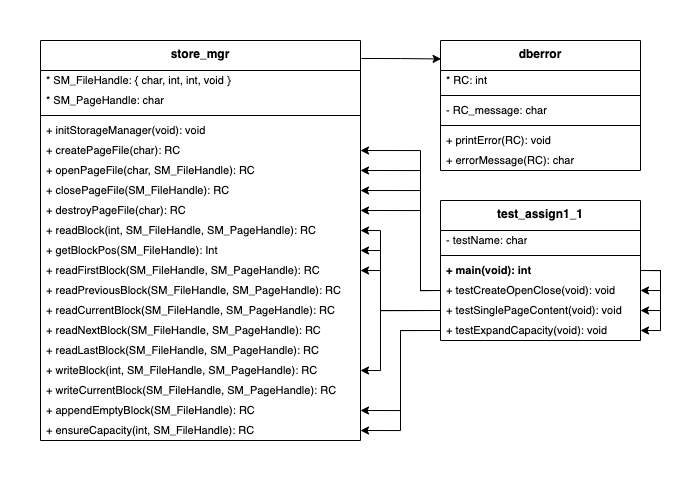
This is assign1/hierarchy.png from hanggrian/IIT-CS525, a draw.io export, as it was before one commit. Source tidied: cells renumbered, new cells last; positions are measured from the earlier drawing's top-left corner, leaving out a move shared by most shapes.
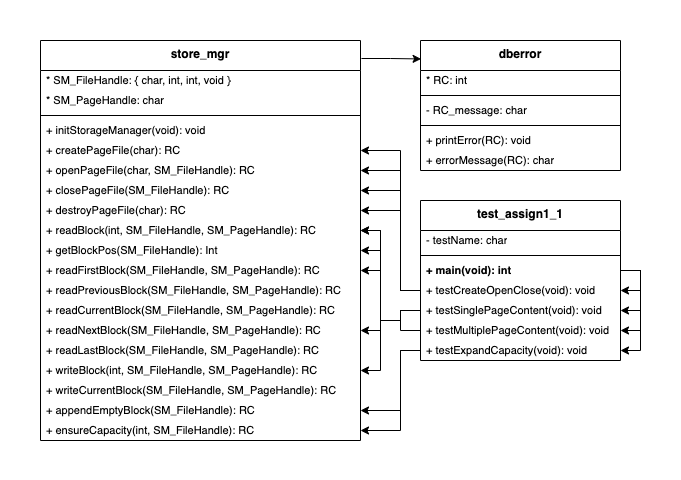
Later version of the same file.

Change to the diagram source:
```diff
@@ -3,7 +3,7 @@
     <mxCell id="0" />
     <mxCell id="1" parent="0" />
     <mxCell id="2" value="store_mgr" style="swimlane;fontStyle=1;align=center;verticalAlign=top;horizontal=1;startSize=30;whiteSpace=wrap;html=1;" parent="1" vertex="1">
-      <mxGeometry width="320" height="400" as="geometry" />
+      <mxGeometry x="20" width="320" height="400" as="geometry" />
     </mxCell>
     <mxCell id="3" value="* SM_FileHandle: { char, int, int, void }" style="text;strokeColor=none;fillColor=none;align=left;verticalAlign=middle;spacingLeft=4;spacingRight=4;overflow=hidden;whiteSpace=wrap;html=1;fontSize=11;" parent="2" vertex="1">
       <mxGeometry y="30" width="320" height="20" as="geometry" />
@@ -84,7 +84,7 @@
       <mxGeometry y="110" width="200" height="20" as="geometry" />
     </mxCell>
     <mxCell id="29" value="test_assign1_1" style="swimlane;fontStyle=1;align=center;verticalAlign=top;horizontal=1;startSize=30;whiteSpace=wrap;html=1;" parent="1" vertex="1">
-      <mxGeometry x="400" y="160" width="200" height="140" as="geometry" />
+      <mxGeometry x="400" y="160" width="200" height="160" as="geometry" />
     </mxCell>
     <mxCell id="30" value="- testName: char" style="text;strokeColor=none;fillColor=none;align=left;verticalAlign=middle;spacingLeft=4;spacingRight=4;overflow=hidden;whiteSpace=wrap;html=1;fontSize=11;" parent="29" vertex="1">
       <mxGeometry y="30" width="200" height="20" as="geometry" />
@@ -106,6 +106,9 @@
         </Array>
       </mxGeometry>
     </mxCell>
+    <mxCell id="50" style="edgeStyle=orthogonalEdgeStyle;rounded=0;jettySize=auto;html=1;exitX=1;exitY=0.5;exitDx=0;exitDy=0;entryX=1;entryY=0.5;entryDx=0;entryDy=0;" parent="29" edge="1" source="35" target="51">
+      <mxGeometry relative="1" as="geometry" />
+    </mxCell>
     <mxCell id="35" value="+ main(void): int" style="text;strokeColor=none;fillColor=none;align=left;verticalAlign=middle;spacingLeft=4;spacingRight=4;overflow=hidden;points=[[0,0.5],[1,0.5]];portConstraint=eastwest;whiteSpace=wrap;html=1;fontSize=11;fontStyle=1;" parent="29" vertex="1">
       <mxGeometry y="60" width="200" height="20" as="geometry" />
     </mxCell>
@@ -115,14 +118,17 @@
     <mxCell id="37" value="+ testSinglePageContent(void): void" style="text;strokeColor=none;fillColor=none;align=left;verticalAlign=middle;spacingLeft=4;spacingRight=4;overflow=hidden;points=[[0,0.5],[1,0.5]];portConstraint=eastwest;whiteSpace=wrap;html=1;fontSize=11;" parent="29" vertex="1">
       <mxGeometry y="100" width="200" height="20" as="geometry" />
     </mxCell>
+    <mxCell id="51" value="+ testMultiplePageContent(void): void" style="text;strokeColor=none;fillColor=none;align=left;verticalAlign=middle;spacingLeft=4;spacingRight=4;overflow=hidden;points=[[0,0.5],[1,0.5]];portConstraint=eastwest;whiteSpace=wrap;html=1;fontSize=11;" parent="29" vertex="1">
+      <mxGeometry y="120" width="200" height="20" as="geometry" />
+    </mxCell>
     <mxCell id="38" value="+ testExpandCapacity(void): void" style="text;strokeColor=none;fillColor=none;align=left;verticalAlign=middle;spacingLeft=4;spacingRight=4;overflow=hidden;points=[[0,0.5],[1,0.5]];portConstraint=eastwest;whiteSpace=wrap;html=1;fontSize=11;" parent="29" vertex="1">
-      <mxGeometry y="120" width="200" height="20" as="geometry" />
+      <mxGeometry y="140" width="200" height="20" as="geometry" />
     </mxCell>
     <mxCell id="39" style="edgeStyle=orthogonalEdgeStyle;rounded=0;jettySize=auto;html=1;exitX=0;exitY=0.5;exitDx=0;exitDy=0;entryX=1;entryY=0.5;entryDx=0;entryDy=0;" parent="1" edge="1" source="38" target="21">
       <mxGeometry relative="1" as="geometry">
         <Array as="points">
-          <mxPoint x="360" y="290" />
-          <mxPoint x="360" y="390" />
+          <mxPoint x="380" y="310" />
+          <mxPoint x="380" y="390" />
         </Array>
       </mxGeometry>
     </mxCell>
@@ -132,8 +138,8 @@
     <mxCell id="41" style="edgeStyle=orthogonalEdgeStyle;rounded=0;jettySize=auto;html=1;exitX=0;exitY=0.5;exitDx=0;exitDy=0;entryX=1;entryY=0.5;entryDx=0;entryDy=0;" parent="1" edge="1" source="38" target="20">
       <mxGeometry relative="1" as="geometry">
         <Array as="points">
-          <mxPoint x="360" y="290" />
-          <mxPoint x="360" y="370" />
+          <mxPoint x="380" y="310" />
+          <mxPoint x="380" y="370" />
         </Array>
       </mxGeometry>
     </mxCell>
@@ -169,35 +175,63 @@
         </Array>
       </mxGeometry>
     </mxCell>
-    <mxCell id="46" style="edgeStyle=orthogonalEdgeStyle;rounded=0;jettySize=auto;html=1;exitX=0;exitY=0.5;exitDx=0;exitDy=0;entryX=1;entryY=0.5;entryDx=0;entryDy=0;" parent="1" edge="1" source="37" target="11">
+    <mxCell id="46" style="edgeStyle=orthogonalEdgeStyle;rounded=0;jettySize=auto;html=1;exitX=0;exitY=0.5;exitDx=0;exitDy=0;" parent="1" edge="1" source="37" target="11">
       <mxGeometry relative="1" as="geometry">
         <Array as="points">
-          <mxPoint x="340" y="270" />
-          <mxPoint x="340" y="190" />
+          <mxPoint x="380" y="270" />
+          <mxPoint x="380" y="280" />
+          <mxPoint x="360" y="280" />
+          <mxPoint x="360" y="190" />
         </Array>
       </mxGeometry>
     </mxCell>
+    <mxCell id="52" style="edgeStyle=orthogonalEdgeStyle;rounded=0;jettySize=auto;html=1;exitX=0;exitY=0.5;exitDx=0;exitDy=0;entryX=1;entryY=0.5;entryDx=0;entryDy=0;" parent="1" edge="1" source="51" target="11">
+      <mxGeometry relative="1" as="geometry">
+        <Array as="points">
+          <mxPoint x="380" y="290" />
+          <mxPoint x="380" y="280" />
+          <mxPoint x="360" y="280" />
+          <mxPoint x="360" y="190" />
+        </Array>
+      </mxGeometry>
+    </mxCell>
     <mxCell id="47" style="edgeStyle=orthogonalEdgeStyle;rounded=0;jettySize=auto;html=1;exitX=0;exitY=0.5;exitDx=0;exitDy=0;entryX=1;entryY=0.5;entryDx=0;entryDy=0;" parent="1" edge="1" source="37" target="12">
       <mxGeometry relative="1" as="geometry">
         <Array as="points">
-          <mxPoint x="340" y="270" />
-          <mxPoint x="340" y="210" />
+          <mxPoint x="380" y="270" />
+          <mxPoint x="380" y="280" />
+          <mxPoint x="360" y="280" />
+          <mxPoint x="360" y="210" />
         </Array>
       </mxGeometry>
     </mxCell>
     <mxCell id="48" style="edgeStyle=orthogonalEdgeStyle;rounded=0;jettySize=auto;html=1;exitX=0;exitY=0.5;exitDx=0;exitDy=0;entryX=1;entryY=0.5;entryDx=0;entryDy=0;" parent="1" edge="1" source="37" target="13">
       <mxGeometry relative="1" as="geometry">
         <Array as="points">
-          <mxPoint x="340" y="270" />
-          <mxPoint x="340" y="230" />
+          <mxPoint x="380" y="270" />
+          <mxPoint x="380" y="280" />
+          <mxPoint x="360" y="280" />
+          <mxPoint x="360" y="230" />
         </Array>
       </mxGeometry>
     </mxCell>
+    <mxCell id="53" style="edgeStyle=orthogonalEdgeStyle;rounded=0;jettySize=auto;html=1;exitX=0;exitY=0.5;exitDx=0;exitDy=0;entryX=1;entryY=0.5;entryDx=0;entryDy=0;" parent="1" edge="1" source="37" target="16">
+      <mxGeometry relative="1" as="geometry">
+        <Array as="points">
+          <mxPoint x="380" y="270" />
+          <mxPoint x="380" y="280" />
+          <mxPoint x="360" y="280" />
+          <mxPoint x="360" y="290" />
+        </Array>
+      </mxGeometry>
+    </mxCell>
     <mxCell id="49" style="edgeStyle=orthogonalEdgeStyle;rounded=0;jettySize=auto;html=1;exitX=0;exitY=0.5;exitDx=0;exitDy=0;entryX=1;entryY=0.5;entryDx=0;entryDy=0;" parent="1" edge="1" source="37" target="18">
       <mxGeometry relative="1" as="geometry">
         <Array as="points">
-          <mxPoint x="340" y="270" />
-          <mxPoint x="340" y="330" />
+          <mxPoint x="380" y="270" />
+          <mxPoint x="380" y="280" />
+          <mxPoint x="360" y="280" />
+          <mxPoint x="360" y="330" />
         </Array>
       </mxGeometry>
     </mxCell>
```
